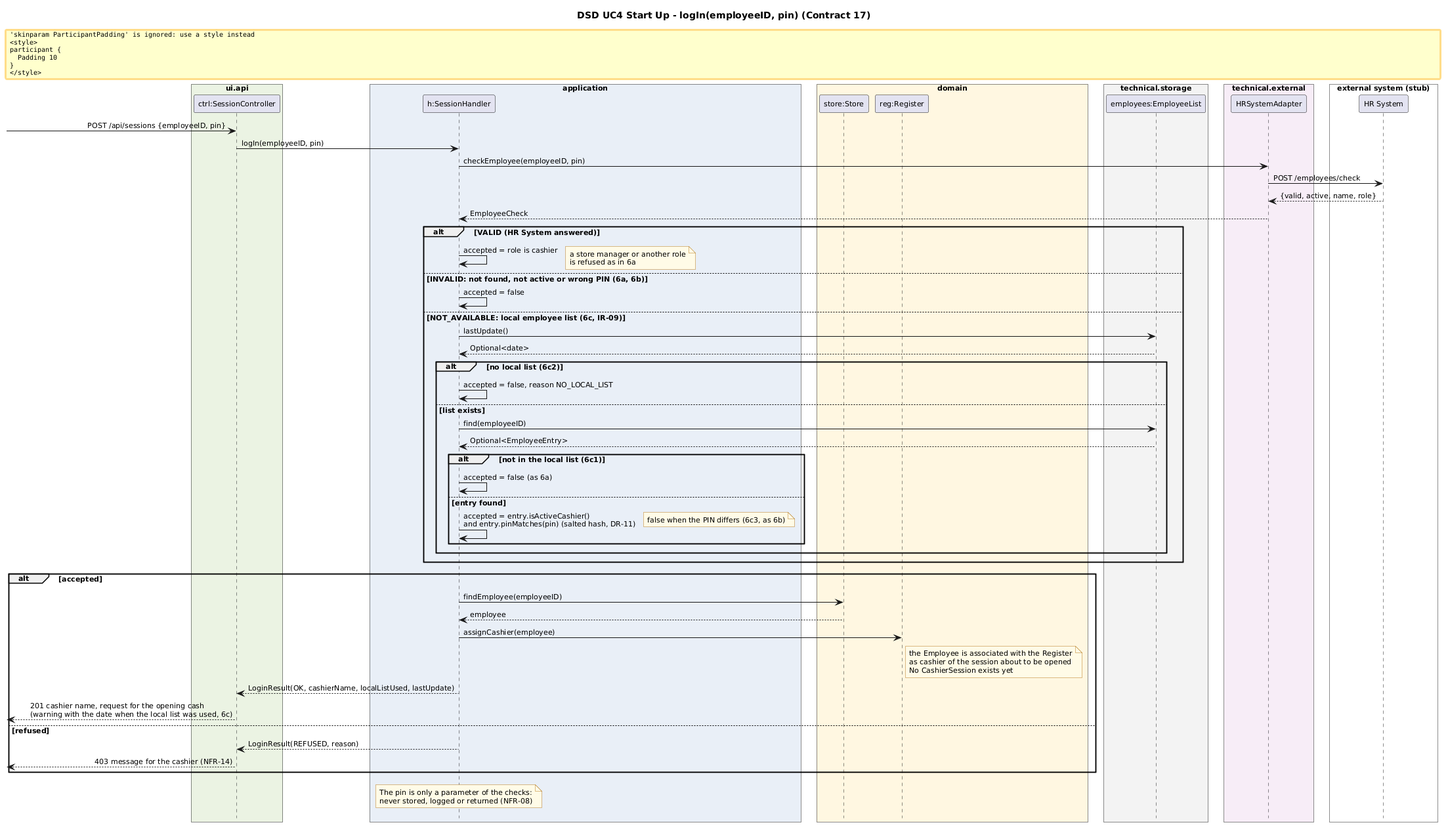
Earlier version of the PlantUML export assets/dsd_uc4_logIn.png (bhsei/26D).
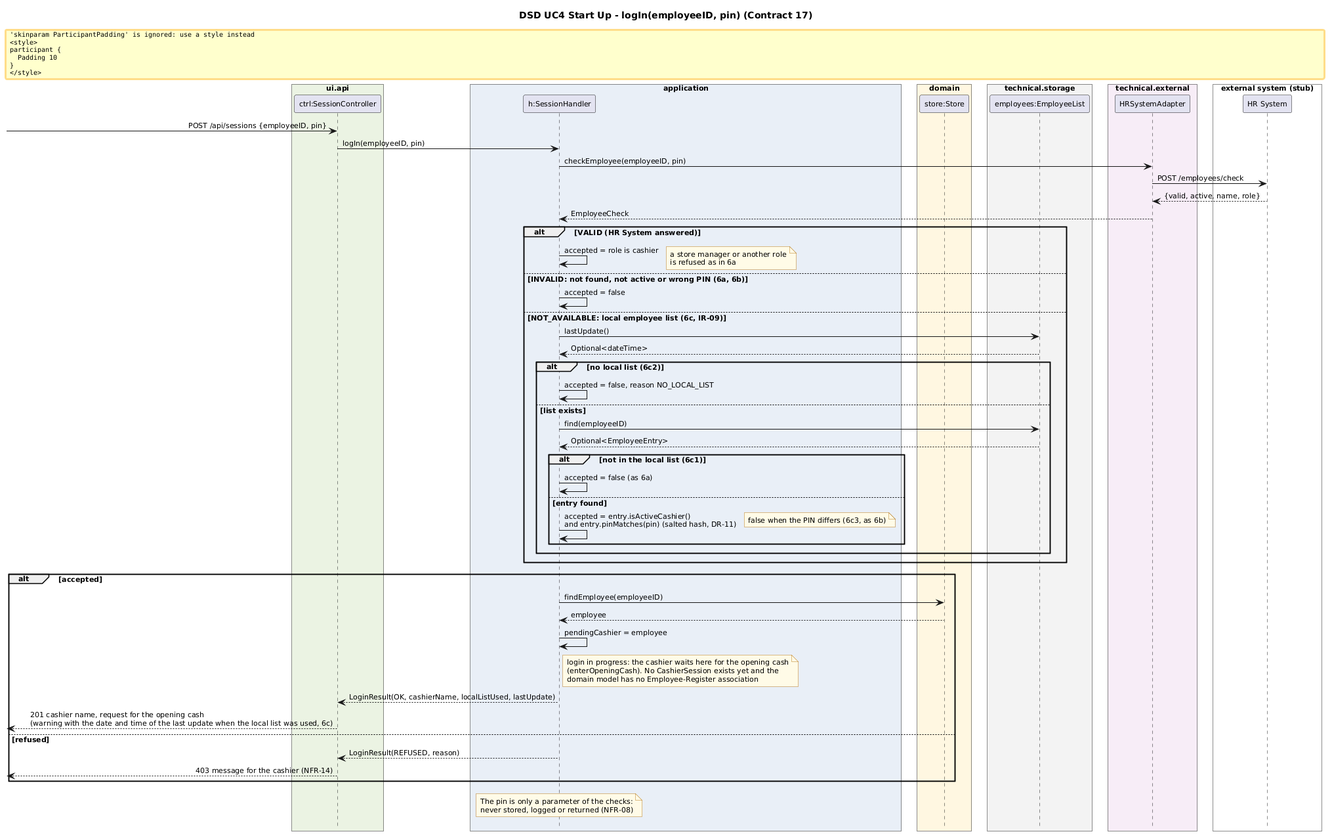
After the commit.

Commit message:
W11 - UC4 DSD logIn (image); PNG of the diagram

What changed in the source:
```diff
@@ -17,7 +17,6 @@
 end box
 box "domain" #FFF7E0
   participant "store:Store" as ST
-  participant "reg:Register" as REG
 end box
 box "technical.storage" #F2F2F2
   participant "employees:EmployeeList" as EL
@@ -42,7 +41,7 @@
   H -> H : accepted = false
 else NOT_AVAILABLE: local employee list (6c, IR-09)
   H -> EL : lastUpdate()
-  EL --> H : Optional<date>
+  EL --> H : Optional<dateTime>
   alt no local list (6c2)
     H -> H : accepted = false, reason NO_LOCAL_LIST
   else list exists
@@ -59,10 +58,10 @@
 alt accepted
   H -> ST : findEmployee(employeeID)
   ST --> H : employee
-  H -> REG : assignCashier(employee)
-  note right of REG : the Employee is associated with the Register\nas cashier of the session about to be opened\nNo CashierSession exists yet
+  H -> H : pendingCashier = employee
+  note right of H : login in progress: the cashier waits here for the opening cash\n(enterOpeningCash). No CashierSession exists yet and the\ndomain model has no Employee-Register association
   H --> C : LoginResult(OK, cashierName, localListUsed, lastUpdate)
-  C -->[ : 201 cashier name, request for the opening cash\n(warning with the date when the local list was used, 6c)
+  C -->[ : 201 cashier name, request for the opening cash\n(warning with the date and time of the last update when the local list was used, 6c)
 else refused
   H --> C : LoginResult(REFUSED, reason)
   C -->[ : 403 message for the cashier (NFR-14)
```
